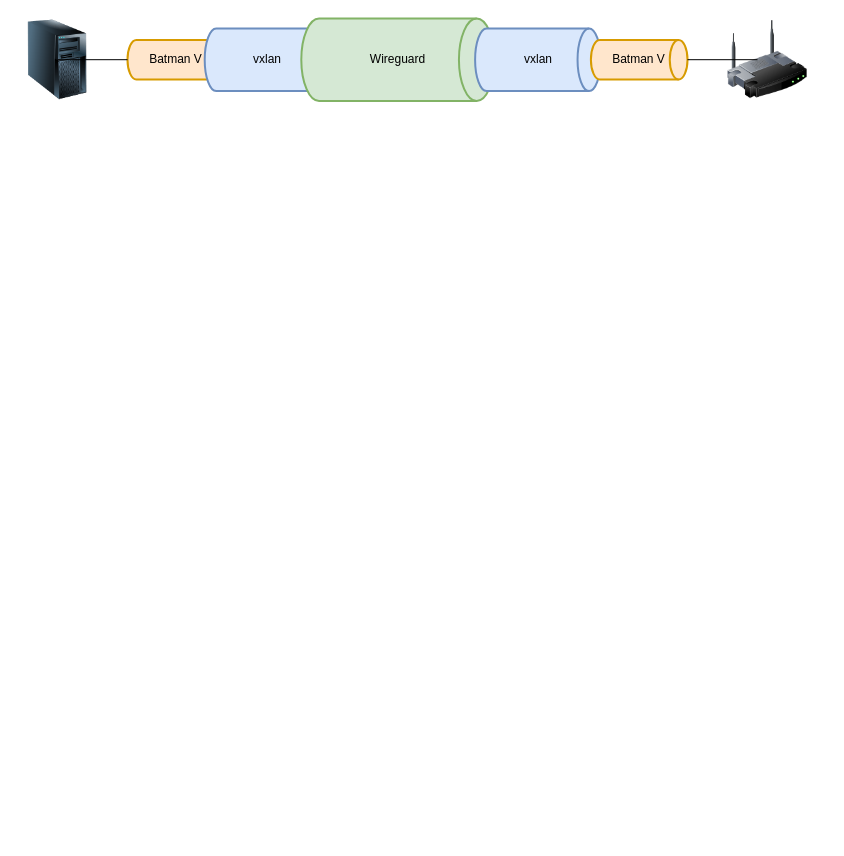
lqb/test keeps this draw.io diagram as Diagram.drawio. Above is the earlier version. Source tidied: cells renumbered, new cells numbered last; positions are measured from the earlier drawing's top-left corner, leaving out a move shared by most shapes. Both pictures are drawn from the tidied source at 100%, with x=0, y=0 at pixel (17, 18).
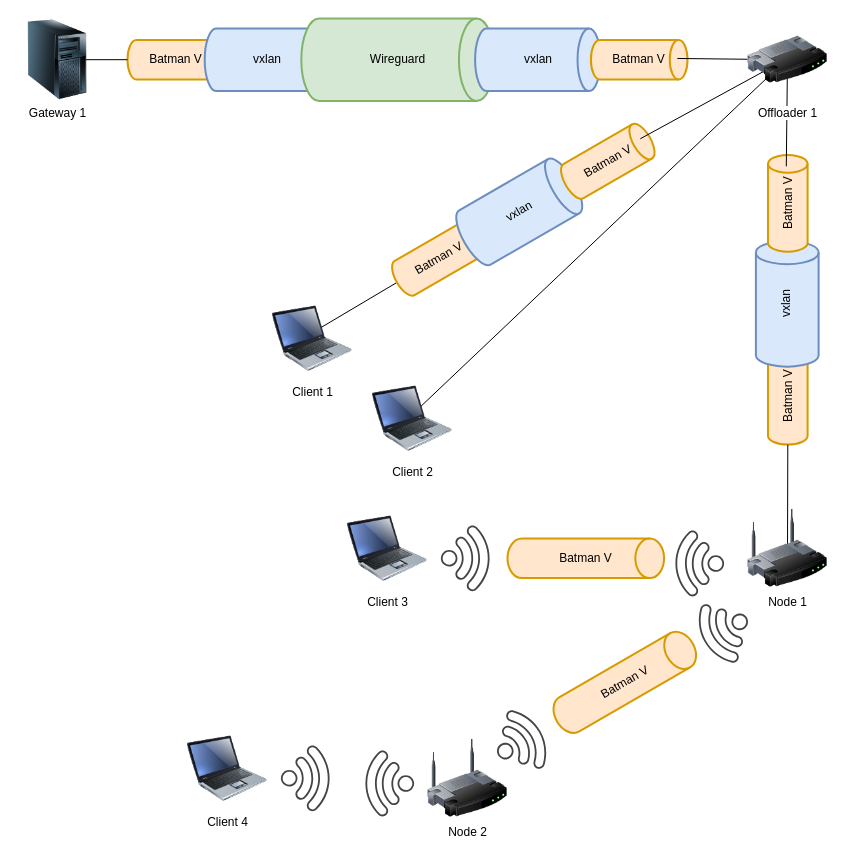
After the change.

The change refers to these unchanged cells:
```xml
<mxCell id="7" value="Batman V" style="strokeWidth=2;html=1;shape=mxgraph.flowchart.direct_data;whiteSpace=wrap;fillColor=#ffe6cc;strokeColor=#d79b00;" parent="2" vertex="1">
  <mxGeometry x="463.4" y="21.4" width="96.6" height="39.6" as="geometry" />
</mxCell>
```

Diff of the diagram source:
```diff
@@
+    <mxCell id="12" style="endArrow=none;html=1;entryX=0;entryY=0.5;entryDx=0;entryDy=0;entryPerimeter=0;exitX=0.375;exitY=0.5;exitDx=0;exitDy=0;exitPerimeter=0;" parent="1" edge="1" source="14" target="16">
+      <mxGeometry relative="1" as="geometry" />
+    </mxCell>
+    <mxCell id="13" style="endArrow=none;html=1;exitX=0.313;exitY=0.625;exitDx=0;exitDy=0;exitPerimeter=0;" parent="1" edge="1" source="39">
+      <mxGeometry relative="1" as="geometry">
+        <mxPoint x="770" y="40" as="targetPoint" />
+      </mxGeometry>
+    </mxCell>
@@
-    <mxCell id="8" style="image;html=1;image=img/lib/clip_art/networking/Wireless_Router_128x128.png;" parent="1" vertex="1">
-      <mxGeometry x="710" y="1.2" width="80" height="80" as="geometry" />
-    </mxCell>
-    <mxCell id="9" style="image;html=1;image=img/lib/clip_art/computers/Server_Tower_128x128.png;" parent="1" vertex="1">
-      <mxGeometry y="1.2" width="80" height="80" as="geometry" />
-    </mxCell>
-    <mxCell id="10" style="endArrow=none;html=1;entryX=1;entryY=0.5;entryDx=0;entryDy=0;entryPerimeter=0;exitX=0.375;exitY=0.5;exitDx=0;exitDy=0;exitPerimeter=0;" parent="1" edge="1" source="8" target="7">
+    <mxCell id="10" style="endArrow=none;html=1;entryX=0.895;entryY=0.469;entryDx=0;entryDy=0;entryPerimeter=0;" parent="1" edge="1" source="40" target="7">
       <mxGeometry relative="1" as="geometry" />
     </mxCell>
@@
+    <mxCell id="14" value="Client 1" style="image;html=1;image=img/lib/clip_art/computers/Laptop_128x128.png;" parent="1" vertex="1">
+      <mxGeometry x="255" y="280" width="80" height="80" as="geometry" />
+    </mxCell>
+    <mxCell id="15" style="group;rotation=-30;" parent="1" vertex="1">
+      <mxGeometry x="360" y="160" width="290" height="62.7" as="geometry" />
+    </mxCell>
+    <mxCell id="16" value="Batman V" style="strokeWidth=2;html=1;shape=mxgraph.flowchart.direct_data;whiteSpace=wrap;fillColor=#ffe6cc;strokeColor=#d79b00;rotation=-30;" parent="15" vertex="1">
+      <mxGeometry x="13" y="60" width="96.6" height="39.6" as="geometry" />
+    </mxCell>
+    <mxCell id="17" value="vxlan" style="strokeWidth=2;html=1;shape=mxgraph.flowchart.direct_data;whiteSpace=wrap;fillColor=#dae8fc;strokeColor=#6c8ebf;rotation=-30;" parent="15" vertex="1">
+      <mxGeometry x="79" y="2" width="125.5" height="62.7" as="geometry" />
+    </mxCell>
+    <mxCell id="18" value="Batman V" style="strokeWidth=2;html=1;shape=mxgraph.flowchart.direct_data;whiteSpace=wrap;fillColor=#ffe6cc;strokeColor=#d79b00;rotation=-30;" parent="15" vertex="1">
+      <mxGeometry x="182" y="-37" width="96.6" height="39.6" as="geometry" />
+    </mxCell>
+    <mxCell id="19" style="endArrow=none;html=1;entryX=0.5;entryY=0.484;entryDx=0;entryDy=0;entryPerimeter=0;exitX=0.908;exitY=0.417;exitDx=0;exitDy=0;exitPerimeter=0;" parent="1" edge="1" source="18" target="40">
+      <mxGeometry relative="1" as="geometry" />
+    </mxCell>
+    <mxCell id="20" style="group;rotation=-90;" parent="1" vertex="1">
+      <mxGeometry x="625" y="250" width="290" height="62.7" as="geometry" />
+    </mxCell>
+    <mxCell id="21" value="Batman V" style="strokeWidth=2;html=1;shape=mxgraph.flowchart.direct_data;whiteSpace=wrap;fillColor=#ffe6cc;strokeColor=#d79b00;rotation=-90;" parent="20" vertex="1">
+      <mxGeometry x="97" y="108" width="96.6" height="39.6" as="geometry" />
+    </mxCell>
+    <mxCell id="22" value="vxlan" style="strokeWidth=2;html=1;shape=mxgraph.flowchart.direct_data;whiteSpace=wrap;fillColor=#dae8fc;strokeColor=#6c8ebf;rotation=-90;" parent="20" vertex="1">
+      <mxGeometry x="82" y="4" width="125.5" height="62.7" as="geometry" />
+    </mxCell>
+    <mxCell id="23" value="Batman V" style="strokeWidth=2;html=1;shape=mxgraph.flowchart.direct_data;whiteSpace=wrap;fillColor=#ffe6cc;strokeColor=#d79b00;rotation=-90;" parent="20" vertex="1">
+      <mxGeometry x="97" y="-85" width="96.6" height="39.6" as="geometry" />
+    </mxCell>
+    <mxCell id="24" style="endArrow=none;html=1;entryX=0;entryY=0.5;entryDx=0;entryDy=0;entryPerimeter=0;" parent="1" edge="1" target="21">
+      <mxGeometry relative="1" as="geometry">
+        <mxPoint x="770" y="540" as="sourcePoint" />
+      </mxGeometry>
+    </mxCell>
+    <mxCell id="25" style="endArrow=none;html=1;exitX=0.883;exitY=0.462;exitDx=0;exitDy=0;exitPerimeter=0;" parent="1" edge="1" source="23">
+      <mxGeometry relative="1" as="geometry">
+        <mxPoint x="770" y="40" as="targetPoint" />
+      </mxGeometry>
+    </mxCell>
+    <mxCell id="26" value="Client 3" style="image;html=1;image=img/lib/clip_art/computers/Laptop_128x128.png;" parent="1" vertex="1">
+      <mxGeometry x="330" y="490" width="80" height="80" as="geometry" />
+    </mxCell>
+    <mxCell id="27" value="Node 2" style="image;html=1;image=img/lib/clip_art/networking/Wireless_Router_128x128.png;" parent="1" vertex="1">
+      <mxGeometry x="410" y="720" width="80" height="80" as="geometry" />
+    </mxCell>
+    <mxCell id="28" style="group;" parent="1" vertex="1">
+      <mxGeometry x="419.6" y="504.4" width="290.7" height="75.9" as="geometry" />
+    </mxCell>
+    <mxCell id="29" value="Batman V" style="strokeWidth=2;html=1;shape=mxgraph.flowchart.direct_data;whiteSpace=wrap;fillColor=#ffe6cc;strokeColor=#d79b00;rotation=0;" parent="28" vertex="1">
+      <mxGeometry x="70.4" y="15.6" width="156.6" height="39.6" as="geometry" />
+    </mxCell>
+    <mxCell id="30" style="shadow=0;dashed=0;html=1;strokeColor=none;fillColor=#434445;labelPosition=center;verticalLabelPosition=bottom;verticalAlign=top;align=center;shape=mxgraph.vvd.wi_fi;rotation=45;" parent="28" vertex="1">
+      <mxGeometry x="10.4" y="10.4" width="50" height="50" as="geometry" />
+    </mxCell>
+    <mxCell id="31" style="shadow=0;dashed=0;html=1;strokeColor=none;fillColor=#434445;labelPosition=center;verticalLabelPosition=bottom;verticalAlign=top;align=center;shape=mxgraph.vvd.wi_fi;rotation=-135;" parent="28" vertex="1">
+      <mxGeometry x="230.4" y="15.6" width="50" height="50" as="geometry" />
+    </mxCell>
+    <mxCell id="32" style="group;rotation=-30;" parent="1" vertex="1">
+      <mxGeometry x="460" y="630" width="290.7" height="75.9" as="geometry" />
+    </mxCell>
+    <mxCell id="33" value="Batman V" style="strokeWidth=2;html=1;shape=mxgraph.flowchart.direct_data;whiteSpace=wrap;fillColor=#ffe6cc;strokeColor=#d79b00;rotation=-30;" parent="32" vertex="1">
+      <mxGeometry x="69" y="14" width="156.6" height="39.6" as="geometry" />
+    </mxCell>
+    <mxCell id="34" style="shadow=0;dashed=0;html=1;strokeColor=none;fillColor=#434445;labelPosition=center;verticalLabelPosition=bottom;verticalAlign=top;align=center;shape=mxgraph.vvd.wi_fi;rotation=15;" parent="32" vertex="1">
+      <mxGeometry x="23" y="66" width="50" height="50" as="geometry" />
+    </mxCell>
+    <mxCell id="35" style="shadow=0;dashed=0;html=1;strokeColor=none;fillColor=#434445;labelPosition=center;verticalLabelPosition=bottom;verticalAlign=top;align=center;shape=mxgraph.vvd.wi_fi;rotation=-165;" parent="32" vertex="1">
+      <mxGeometry x="217" y="-40" width="50" height="50" as="geometry" />
+    </mxCell>
+    <mxCell id="36" value="Client 4" style="image;html=1;image=img/lib/clip_art/computers/Laptop_128x128.png;" parent="1" vertex="1">
+      <mxGeometry x="170" y="710" width="80" height="80" as="geometry" />
+    </mxCell>
+    <mxCell id="37" style="shadow=0;dashed=0;html=1;strokeColor=none;fillColor=#434445;labelPosition=center;verticalLabelPosition=bottom;verticalAlign=top;align=center;shape=mxgraph.vvd.wi_fi;rotation=45;" parent="1" vertex="1">
+      <mxGeometry x="270" y="734.8" width="50" height="50" as="geometry" />
+    </mxCell>
+    <mxCell id="38" style="shadow=0;dashed=0;html=1;strokeColor=none;fillColor=#434445;labelPosition=center;verticalLabelPosition=bottom;verticalAlign=top;align=center;shape=mxgraph.vvd.wi_fi;rotation=-135;" parent="1" vertex="1">
+      <mxGeometry x="340" y="740" width="50" height="50" as="geometry" />
+    </mxCell>
+    <mxCell id="39" value="Client 2" style="image;html=1;image=img/lib/clip_art/computers/Laptop_128x128.png;" parent="1" vertex="1">
+      <mxGeometry x="355" y="360" width="80" height="80" as="geometry" />
+    </mxCell>
+    <mxCell id="9" value="Gateway 1" style="image;html=1;image=img/lib/clip_art/computers/Server_Tower_128x128.png;" parent="1" vertex="1">
+      <mxGeometry y="1.2" width="80" height="80" as="geometry" />
+    </mxCell>
+    <mxCell id="40" value="Offloader 1&lt;br&gt;" style="image;html=1;image=img/lib/clip_art/networking/Router_128x128.png;" parent="1" vertex="1">
+      <mxGeometry x="730" y="1.2" width="80" height="80" as="geometry" />
+    </mxCell>
+    <mxCell id="41" value="Node 1" style="image;html=1;image=img/lib/clip_art/networking/Wireless_Router_128x128.png;" parent="1" vertex="1">
+      <mxGeometry x="730" y="490" width="80" height="80" as="geometry" />
+    </mxCell>
```
